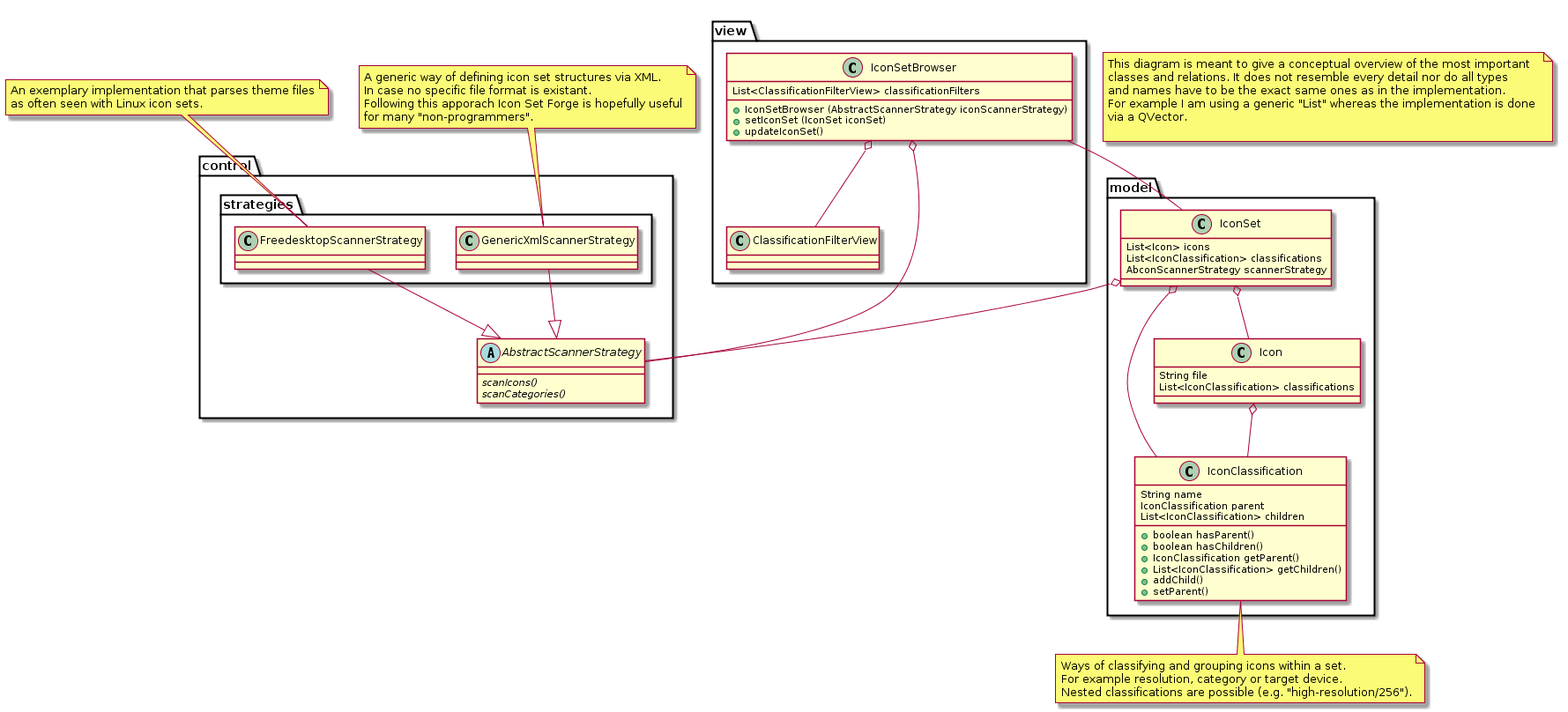
Before: Concept/classes.png, a diagram exported from PlantUML (Manuel-Kehl/Icon-Set-Forge).
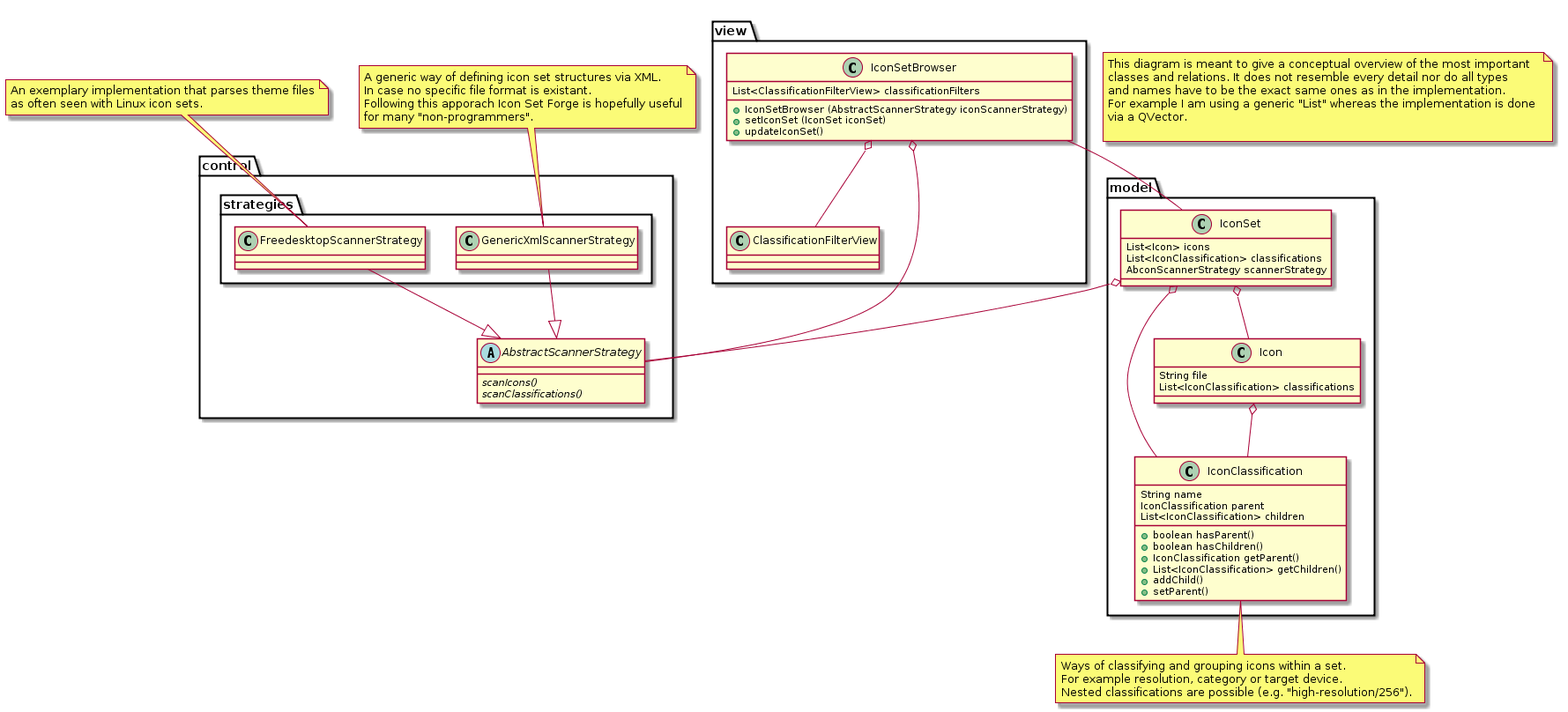
Later version of the same file.

Commit message:
Fixed another "diagram bug".

What changed in the source:
```diff
@@ -12,7 +12,7 @@
 package control {
 	abstract class AbstractScannerStrategy {
 		{abstract} + scanIcons()
-		{abstract} + scanCategories()
+		{abstract} + scanClassifications()
 	}
 	package strategies {
 		class FreedesktopScannerStrategy --|> AbstractScannerStrategy
```
